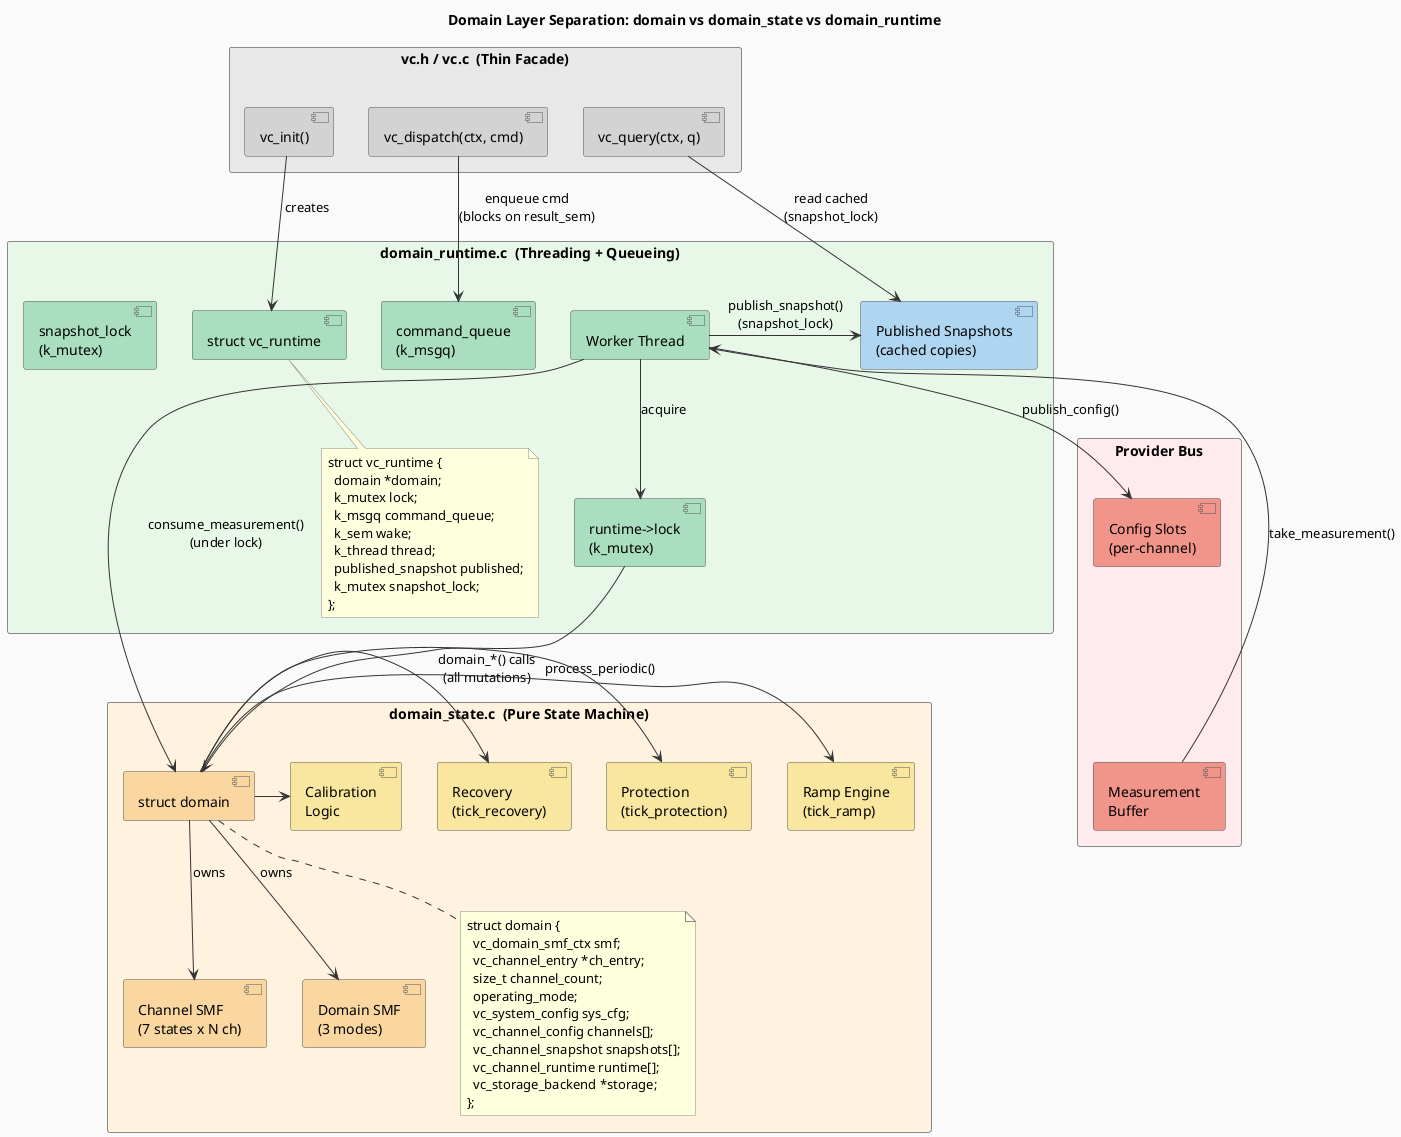
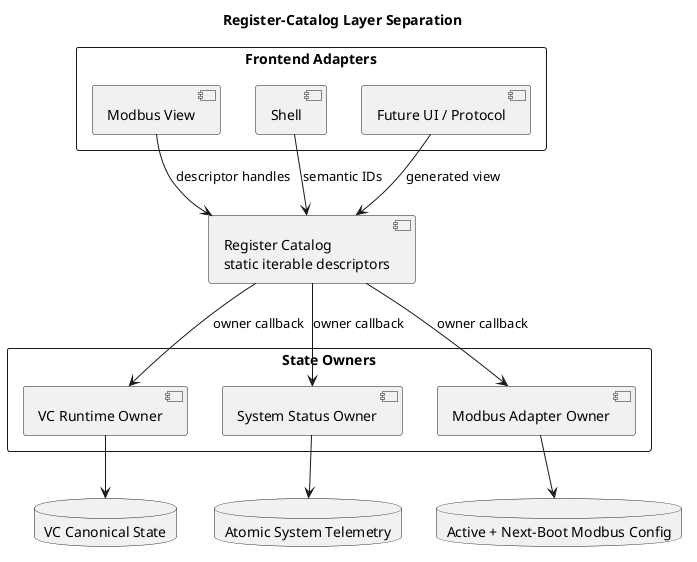
@startuml
- title Domain Layer Separation: domain vs domain_state vs domain_runtime
+ title Register-Catalog Layer Separation

- skinparam backgroundColor #FAFAFA
- skinparam ArrowColor #333333
- skinparam FontName Arial
- skinparam componentBorderColor #555555
- skinparam rectangleBorderColor #555555
- skinparam packageBorderColor #888888
- skinparam noteBorderColor #888888
- 
- rectangle "vc.h / vc.c  (Thin Facade)" #E8E8E8 {
-   component "vc_init()" as vinit #D3D3D3
-   component "vc_dispatch(ctx, cmd)" as vdisp #D3D3D3
-   component "vc_query(ctx, q)" as vquery #D3D3D3
+ rectangle "Frontend Adapters" {
+   component "Modbus View" as modbus
+   component "Shell" as shell
+   component "Future UI / Protocol" as future
}

- rectangle "domain_runtime.c  (Threading + Queueing)" #E8F8E8 {
-   component "struct vc_runtime" as rt #A9DFBF
-   component "Worker Thread" as worker #A9DFBF
-   component "command_queue\n(k_msgq)" as cmdq #A9DFBF
-   component "runtime->lock\n(k_mutex)" as lock #A9DFBF
-   component "snapshot_lock\n(k_mutex)" as snaplock #A9DFBF
-   component "Published Snapshots\n(cached copies)" as pubsnap #AED6F1
+ component "Register Catalog\nstatic iterable descriptors" as catalog

-   note bottom of rt
-     struct vc_runtime {
-       domain *domain;
-       k_mutex lock;
-       k_msgq command_queue;
-       k_sem wake;
-       k_thread thread;
-       published_snapshot published;
-       k_mutex snapshot_lock;
-     };
-   end note
+ rectangle "State Owners" {
+   component "VC Runtime Owner" as vc
+   component "System Status Owner" as sys
+   component "Modbus Adapter Owner" as mbowner
}

- rectangle "domain_state.c  (Pure State Machine)" #FFF3E0 {
-   component "struct domain" as dom #FAD7A0
-   component "Channel SMF\n(7 states x N ch)" as chsmf #FAD7A0
-   component "Domain SMF\n(3 modes)" as dsmf #FAD7A0
-   component "Ramp Engine\n(tick_ramp)" as ramp #F9E79F
-   component "Protection\n(tick_protection)" as prot #F9E79F
-   component "Recovery\n(tick_recovery)" as recov #F9E79F
-   component "Calibration\nLogic" as cal #F9E79F
+ database "VC Canonical State" as vcstate
+ database "Atomic System Telemetry" as sysstate
+ database "Active + Next-Boot Modbus Config" as mbstate

-   note bottom of dom
-     struct domain {
-       vc_domain_smf_ctx smf;
-       vc_channel_entry *ch_entry;
-       size_t channel_count;
-       operating_mode;
-       vc_system_config sys_cfg;
-       vc_channel_config channels[];
-       vc_channel_snapshot snapshots[];
-       vc_channel_runtime runtime[];
-       vc_storage_backend *storage;
-     };
-   end note
- }
- 
- rectangle "Provider Bus" #FFEBEE {
-   component "Config Slots\n(per-channel)" as slots #F1948A
-   component "Measurement\nBuffer" as mbuf #F1948A
- }
- 
- vinit -down-> rt : creates
- vdisp -down-> cmdq : enqueue cmd\n(blocks on result_sem)
- vquery -down-> pubsnap : read cached\n(snapshot_lock)
- 
- worker -down-> lock : acquire
- lock -down-> dom : domain_*() calls\n(all mutations)
- worker -right-> pubsnap : publish_snapshot()\n(snapshot_lock)
- worker -down-> slots : publish_config()
- 
- dom -down-> chsmf : owns
- dom -down-> dsmf : owns
- dom -right-> ramp : process_periodic()
- dom -right-> prot
- dom -right-> recov
- dom -right-> cal
- 
- mbuf -up-> worker : take_measurement()
- worker -down-> dom : consume_measurement()\n(under lock)
- 
- slots -[hidden]down-> mbuf
- 
+ modbus --> catalog : descriptor handles
+ shell --> catalog : semantic IDs
+ future --> catalog : generated view
+ catalog --> vc : owner callback
+ catalog --> sys : owner callback
+ catalog --> mbowner : owner callback
+ vc --> vcstate
+ sys --> sysstate
+ mbowner --> mbstate
@enduml
